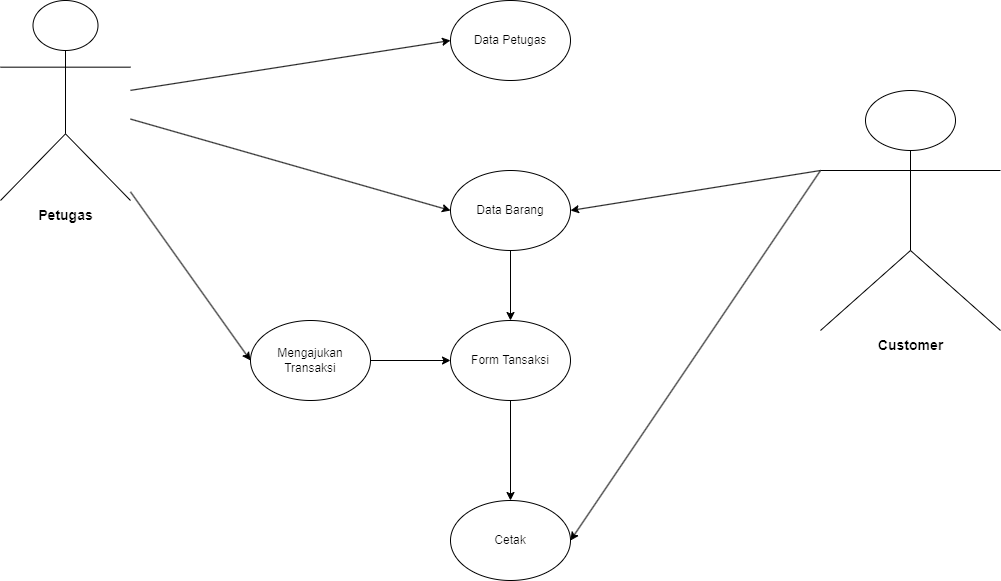
Above: UseCaseDiagram.drawio.png in MountZ1/PR_PenjualanHandPhone_ArdiSaputraTIP-21.2 (draw.io), before the change. Source tidied: cells renumbered, new cells last; positions are measured from the earlier drawing's top-left corner, leaving out a move shared by most shapes.
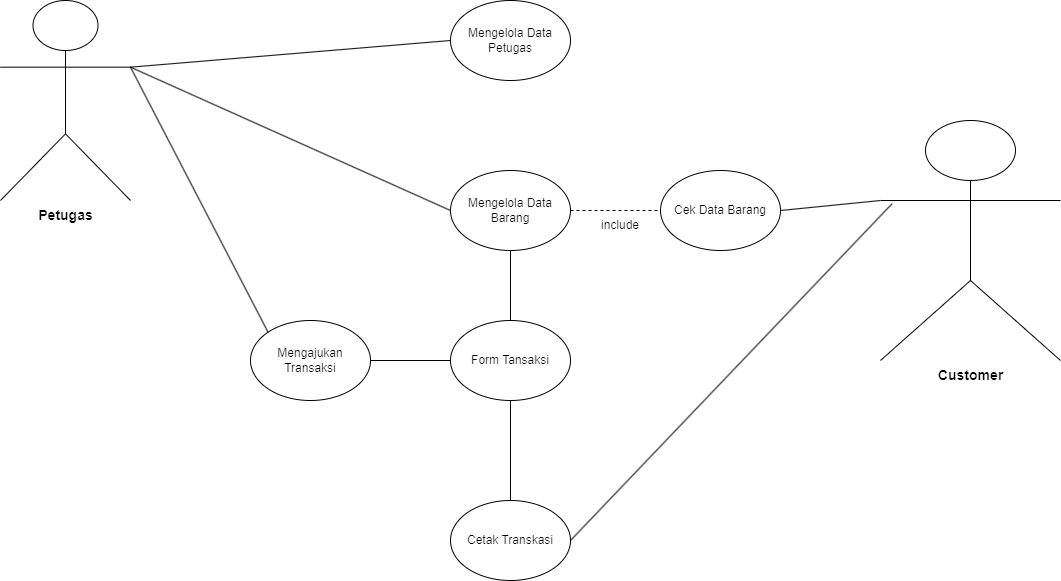
The same file after the commit.

Diff of the diagram source:
```diff
@@ -1,51 +1,60 @@
-<mxGraphModel>
+<mxGraphModel background="#FFFFFF">
   <root>
     <mxCell id="0" />
     <mxCell id="1" parent="0" />
-    <mxCell id="2" style="edgeStyle=none;rounded=0;jettySize=auto;html=1;entryX=0;entryY=0.5;entryDx=0;entryDy=0;" parent="1" edge="1" source="5" target="7">
-      <mxGeometry relative="1" as="geometry" />
-    </mxCell>
-    <mxCell id="3" style="edgeStyle=none;rounded=0;jettySize=auto;html=1;entryX=0;entryY=0.5;entryDx=0;entryDy=0;" parent="1" edge="1" source="5" target="8">
-      <mxGeometry relative="1" as="geometry" />
-    </mxCell>
-    <mxCell id="4" style="edgeStyle=none;rounded=0;jettySize=auto;html=1;entryX=0;entryY=0.5;entryDx=0;entryDy=0;" parent="1" edge="1" source="5" target="10">
-      <mxGeometry relative="1" as="geometry" />
-    </mxCell>
     <mxCell id="5" value="&lt;b&gt;&lt;font style=&quot;font-size: 14px;&quot;&gt;Petugas&lt;/font&gt;&lt;/b&gt;" style="shape=umlActor;verticalLabelPosition=bottom;verticalAlign=top;html=1;" parent="1" vertex="1">
       <mxGeometry width="130" height="200" as="geometry" />
     </mxCell>
-    <mxCell id="6" style="edgeStyle=none;rounded=0;jettySize=auto;html=1;entryX=0;entryY=0.5;entryDx=0;entryDy=0;" parent="1" edge="1" source="7" target="12">
-      <mxGeometry relative="1" as="geometry" />
-    </mxCell>
     <mxCell id="7" value="Mengajukan Transaksi" style="ellipse;whiteSpace=wrap;html=1;" parent="1" vertex="1">
       <mxGeometry x="250" y="320" width="120" height="80" as="geometry" />
     </mxCell>
-    <mxCell id="8" value="Data Petugas" style="ellipse;whiteSpace=wrap;html=1;" parent="1" vertex="1">
+    <mxCell id="8" value="Mengelola Data Petugas" style="ellipse;whiteSpace=wrap;html=1;" parent="1" vertex="1">
       <mxGeometry x="450" width="120" height="80" as="geometry" />
     </mxCell>
-    <mxCell id="9" style="edgeStyle=none;rounded=0;jettySize=auto;html=1;entryX=0.5;entryY=0;entryDx=0;entryDy=0;" parent="1" edge="1" source="10" target="12">
-      <mxGeometry relative="1" as="geometry" />
-    </mxCell>
-    <mxCell id="10" value="Data Barang" style="ellipse;whiteSpace=wrap;html=1;" parent="1" vertex="1">
+    <mxCell id="10" value="Mengelola Data Barang" style="ellipse;whiteSpace=wrap;html=1;" parent="1" vertex="1">
       <mxGeometry x="450" y="170" width="120" height="80" as="geometry" />
     </mxCell>
-    <mxCell id="11" style="edgeStyle=none;rounded=0;jettySize=auto;html=1;entryX=0.5;entryY=0;entryDx=0;entryDy=0;" parent="1" edge="1" source="12" target="13">
-      <mxGeometry relative="1" as="geometry" />
-    </mxCell>
     <mxCell id="12" value="Form Tansaksi" style="ellipse;whiteSpace=wrap;html=1;" parent="1" vertex="1">
       <mxGeometry x="450" y="320" width="120" height="80" as="geometry" />
     </mxCell>
-    <mxCell id="13" value="Cetak" style="ellipse;whiteSpace=wrap;html=1;" parent="1" vertex="1">
+    <mxCell id="13" value="Cetak Transkasi" style="ellipse;whiteSpace=wrap;html=1;" parent="1" vertex="1">
       <mxGeometry x="450" y="500" width="120" height="80" as="geometry" />
     </mxCell>
     <mxCell id="14" value="&lt;b&gt;&lt;font style=&quot;font-size: 14px;&quot;&gt;Customer&lt;/font&gt;&lt;br&gt;&lt;/b&gt;" style="shape=umlActor;verticalLabelPosition=bottom;verticalAlign=top;html=1;" parent="1" vertex="1">
-      <mxGeometry x="820" y="90" width="180" height="240" as="geometry" />
+      <mxGeometry x="880" y="120" width="180" height="240" as="geometry" />
     </mxCell>
-    <mxCell id="15" style="endArrow=classic;html=1;rounded=0;exitX=0;exitY=0.3333333333333333;exitDx=0;exitDy=0;exitPerimeter=0;entryX=1;entryY=0.5;entryDx=0;entryDy=0;" parent="1" edge="1" source="14" target="10">
-      <mxGeometry relative="1" as="geometry" />
-    </mxCell>
-    <mxCell id="16" style="endArrow=classic;html=1;rounded=0;exitX=0;exitY=0.3333333333333333;exitDx=0;exitDy=0;exitPerimeter=0;entryX=1;entryY=0.5;entryDx=0;entryDy=0;" parent="1" edge="1" source="14" target="13">
-      <mxGeometry relative="1" as="geometry" />
-    </mxCell>
+    <mxCell id="17" value="Cek Data Barang" style="ellipse;whiteSpace=wrap;html=1;" parent="1" vertex="1">
+      <mxGeometry x="660" y="170" width="120" height="80" as="geometry" />
+    </mxCell>
+    <mxCell id="18" style="endArrow=none;dashed=1;html=1;rounded=0;entryX=0;entryY=0.5;entryDx=0;entryDy=0;exitX=1;exitY=0.5;exitDx=0;exitDy=0;" parent="1" edge="1" source="10" target="17">
+      <mxGeometry relative="1" as="geometry" />
+    </mxCell>
+    <mxCell id="19" value="include" style="text;html=1;strokeColor=none;fillColor=none;align=center;verticalAlign=middle;whiteSpace=wrap;rounded=0;" parent="1" vertex="1">
+      <mxGeometry x="590" y="210" width="60" height="30" as="geometry" />
+    </mxCell>
+    <mxCell id="20" style="endArrow=none;html=1;rounded=0;entryX=0;entryY=0.3333333333333333;entryDx=0;entryDy=0;entryPerimeter=0;exitX=1;exitY=0.5;exitDx=0;exitDy=0;" parent="1" edge="1" source="17" target="14">
+      <mxGeometry relative="1" as="geometry" />
+    </mxCell>
+    <mxCell id="21" style="endArrow=none;html=1;rounded=0;entryX=0.064;entryY=0.347;entryDx=0;entryDy=0;entryPerimeter=0;exitX=1;exitY=0.5;exitDx=0;exitDy=0;" parent="1" edge="1" source="13" target="14">
+      <mxGeometry relative="1" as="geometry" />
+    </mxCell>
+    <mxCell id="3" style="endArrow=none;html=1;rounded=0;entryX=0;entryY=0.5;entryDx=0;entryDy=0;exitX=1;exitY=0.3333333333333333;exitDx=0;exitDy=0;exitPerimeter=0;" parent="1" edge="1" source="5" target="8">
+      <mxGeometry relative="1" as="geometry" />
+    </mxCell>
+    <mxCell id="4" style="endArrow=none;html=1;rounded=0;entryX=0;entryY=0.5;entryDx=0;entryDy=0;exitX=1;exitY=0.3333333333333333;exitDx=0;exitDy=0;exitPerimeter=0;" parent="1" edge="1" source="5" target="10">
+      <mxGeometry relative="1" as="geometry" />
+    </mxCell>
+    <mxCell id="2" style="endArrow=none;html=1;rounded=0;entryX=0;entryY=0;entryDx=0;entryDy=0;exitX=1;exitY=0.3333333333333333;exitDx=0;exitDy=0;exitPerimeter=0;" parent="1" edge="1" source="5" target="7">
+      <mxGeometry relative="1" as="geometry" />
+    </mxCell>
+    <mxCell id="6" style="endArrow=none;html=1;rounded=0;entryX=0;entryY=0.5;entryDx=0;entryDy=0;exitX=1;exitY=0.5;exitDx=0;exitDy=0;" parent="1" edge="1" source="7" target="12">
+      <mxGeometry relative="1" as="geometry" />
+    </mxCell>
+    <mxCell id="9" style="endArrow=none;html=1;rounded=0;entryX=0.5;entryY=0;entryDx=0;entryDy=0;exitX=0.5;exitY=1;exitDx=0;exitDy=0;" parent="1" edge="1" source="10" target="12">
+      <mxGeometry relative="1" as="geometry" />
+    </mxCell>
+    <mxCell id="22" style="endArrow=none;html=1;rounded=0;entryX=0.5;entryY=1;entryDx=0;entryDy=0;exitX=0.5;exitY=0;exitDx=0;exitDy=0;" parent="1" edge="1" source="13" target="12">
+      <mxGeometry relative="1" as="geometry" />
+    </mxCell>
   </root>
 </mxGraphModel>
```
